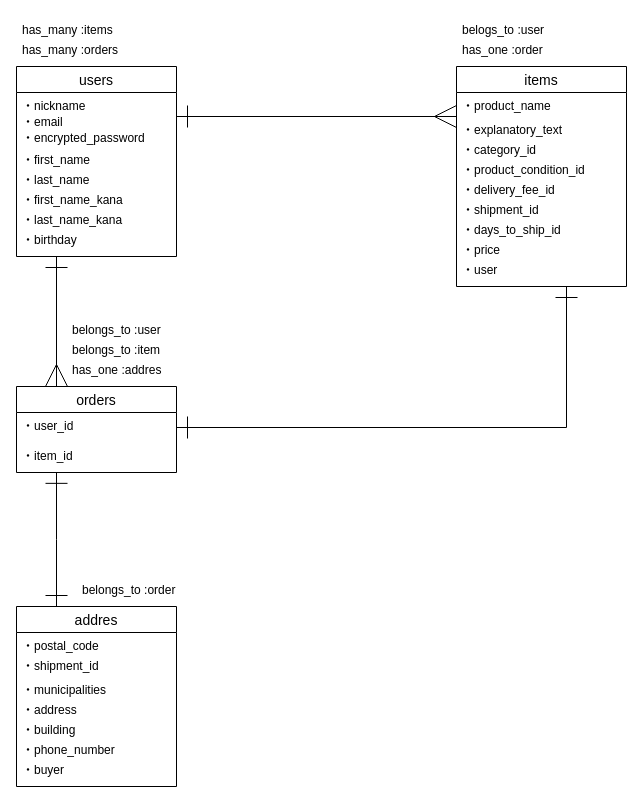
Before: furima.dio in shimazaki-koji/furima-33364, a draw.io diagram. Source tidied: cells renumbered, new cells numbered last; positions are measured from the earlier drawing's top-left corner, leaving out a move shared by most shapes. Both pictures are drawn from the tidied source at 100%, with x=0, y=0 at pixel (16, 16).
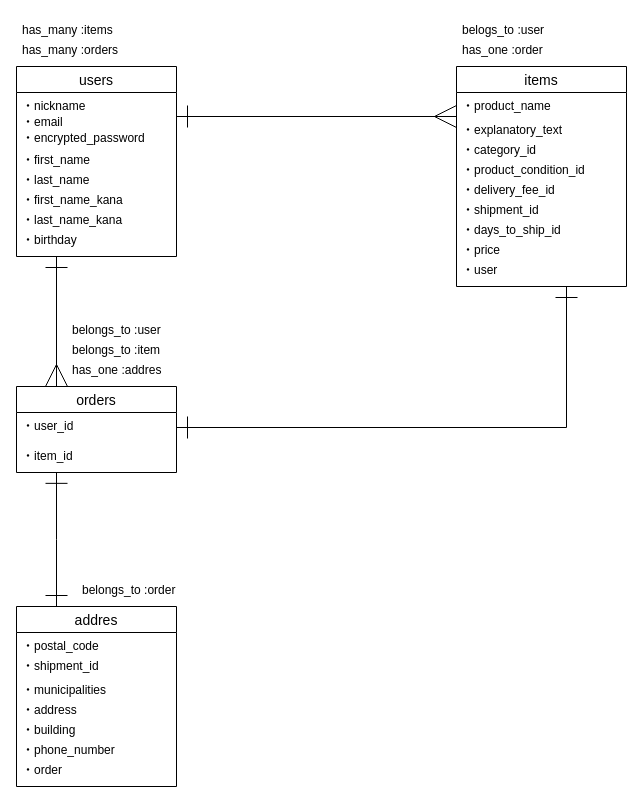
The same diagram, later.

Unchanged cells that the change refers to:
```xml
<mxCell id="25" value="addres" style="swimlane;fontStyle=0;horizontal=1;startSize=26;align=center;fontSize=14;" parent="1" vertex="1">
  <mxGeometry y="590" width="160" height="180" as="geometry" />
</mxCell>
```

The edit, as a diff of the source:
```diff
@@
-    <mxCell id="32" value="・buyer" style="text;strokeColor=none;fillColor=none;spacingLeft=4;spacingRight=4;overflow=hidden;fontSize=12;" parent="25" vertex="1">
+    <mxCell id="32" value="・order" style="text;strokeColor=none;fillColor=none;spacingLeft=4;spacingRight=4;overflow=hidden;fontSize=12;" parent="25" vertex="1">
       <mxGeometry y="150" width="160" height="30" as="geometry" />
     </mxCell>
```
